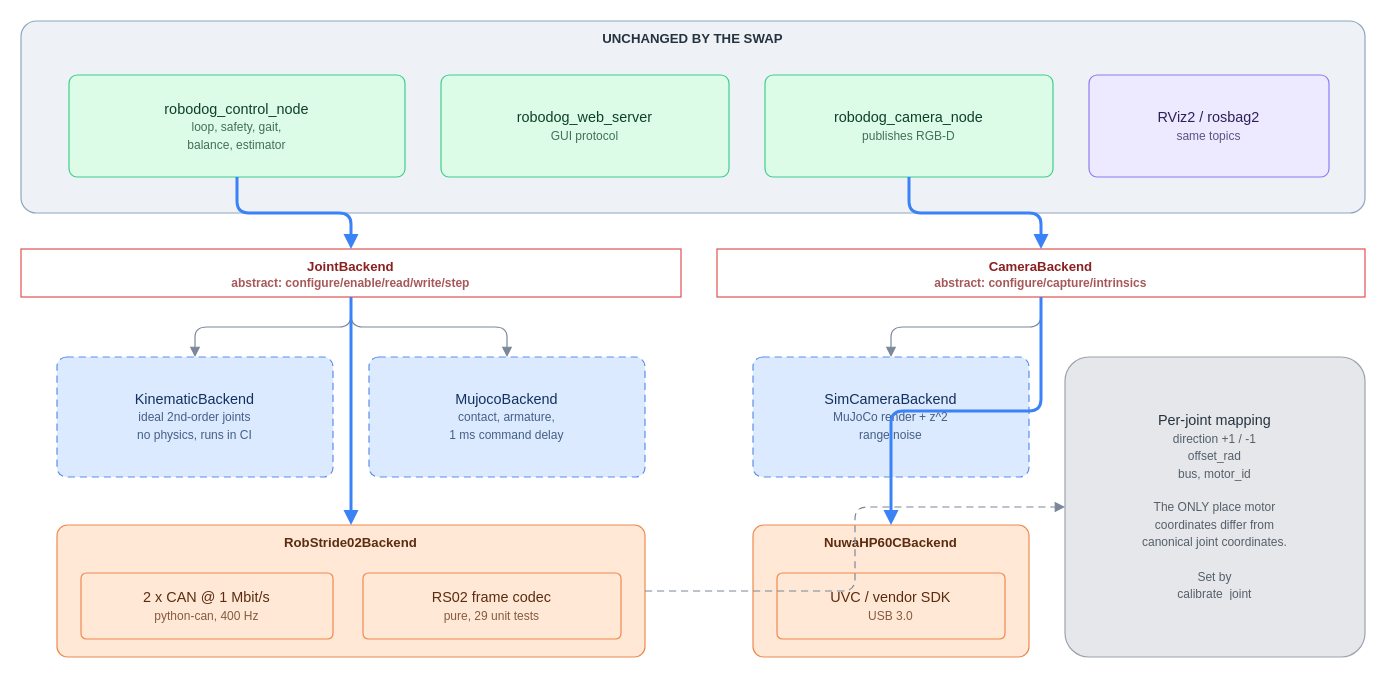
Earlier version of the draw.io diagram docs/diagrams/hardware_boundary.drawio (farouk15160/robodog). Source tidied: cells renumbered, new cells numbered last; positions are measured from the earlier drawing's top-left corner, leaving out a move shared by most shapes. Both pictures are drawn from the tidied source at 120%, with x=0, y=0 at pixel (20, 20).
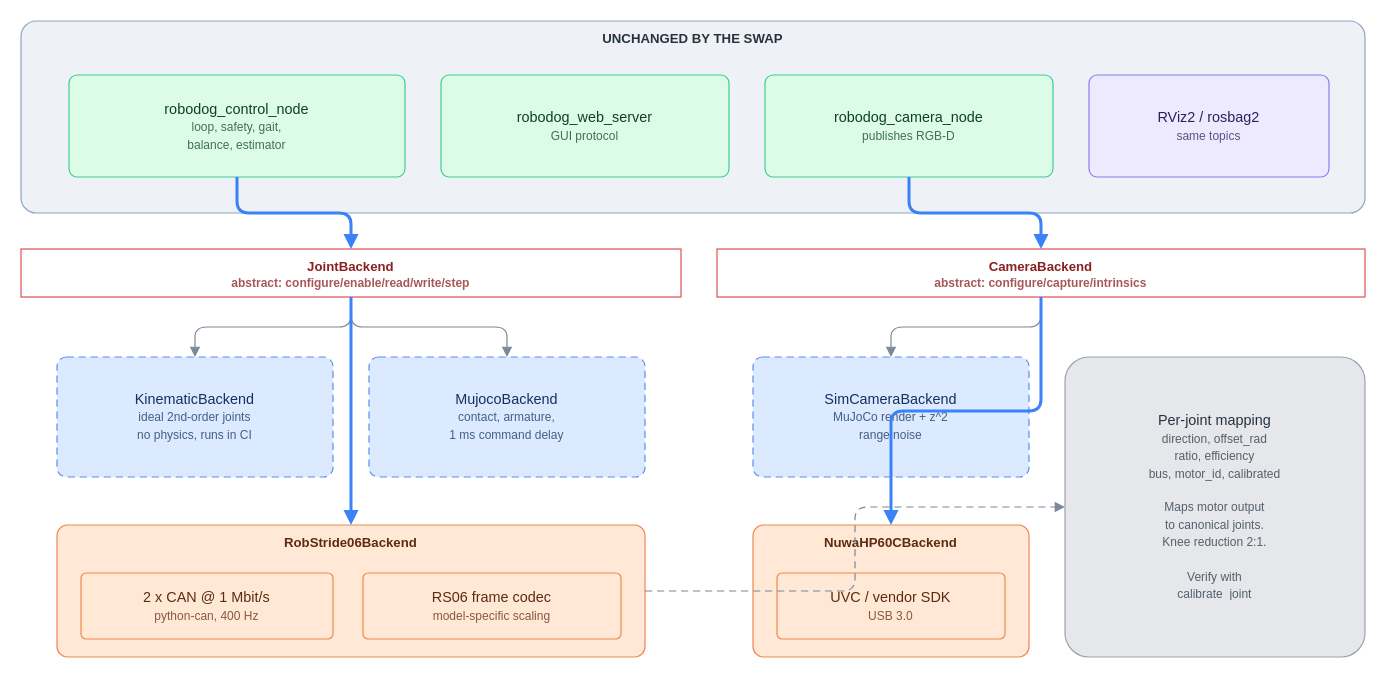
The same diagram, later.

Change to the diagram source:
```diff
@@
-    <mxCell id="12" value="RobStride02Backend" style="rounded=1;whiteSpace=wrap;html=1;fillColor=#ffe8d6;strokeColor=#f0894e;fontColor=#5c2c10;fontFamily=Helvetica;fontSize=12;arcSize=8;verticalAlign=middle;align=center;spacing=4;verticalAlign=top;fontStyle=1;fontSize=11;" parent="1" vertex="1">
+    <mxCell id="12" value="RobStride06Backend" style="rounded=1;whiteSpace=wrap;html=1;fillColor=#ffe8d6;strokeColor=#f0894e;fontColor=#5c2c10;fontFamily=Helvetica;fontSize=12;arcSize=8;verticalAlign=middle;align=center;spacing=4;verticalAlign=top;fontStyle=1;fontSize=11;" parent="1" vertex="1">
       <mxGeometry x="30" y="420" width="490" height="110" as="geometry" />
     </mxCell>
@@
-    <mxCell id="15" value="RS02 frame codec&lt;br/&gt;&lt;font style='font-size:10px;opacity:0.75'&gt;pure, 29 unit tests&lt;/font&gt;" style="rounded=1;whiteSpace=wrap;html=1;fillColor=#ffe8d6;strokeColor=#f0894e;fontColor=#5c2c10;fontFamily=Helvetica;fontSize=12;arcSize=8;verticalAlign=middle;align=center;spacing=4;" parent="1" vertex="1">
+    <mxCell id="15" value="RS06 frame codec&lt;br/&gt;&lt;font style='font-size:10px;opacity:0.75'&gt;model-specific scaling&lt;/font&gt;" style="rounded=1;whiteSpace=wrap;html=1;fillColor=#ffe8d6;strokeColor=#f0894e;fontColor=#5c2c10;fontFamily=Helvetica;fontSize=12;arcSize=8;verticalAlign=middle;align=center;spacing=4;" parent="1" vertex="1">
       <mxGeometry x="285" y="460" width="215" height="55" as="geometry" />
     </mxCell>
@@
-    <mxCell id="17" value="Per-joint mapping&lt;br/&gt;&lt;font style='font-size:10px;opacity:0.75'&gt;direction  +1 / -1&#10;offset_rad&#10;bus, motor_id&#10;&#10;The ONLY place motor&#10;coordinates differ from&#10;canonical joint coordinates.&#10;&#10;Set by&#10;calibrate_joint&lt;/font&gt;" style="rounded=1;whiteSpace=wrap;html=1;fillColor=#e5e7eb;strokeColor=#9ca3af;fontColor=#26333f;fontFamily=Helvetica;fontSize=12;arcSize=8;verticalAlign=middle;align=center;spacing=4;" parent="1" vertex="1">
+    <mxCell id="17" value="Per-joint mapping&lt;br/&gt;&lt;font style='font-size:10px;opacity:0.75'&gt;direction, offset_rad&#10;ratio, efficiency&#10;bus, motor_id, calibrated&#10;&#10;Maps motor output&#10;to canonical joints.&#10;Knee reduction 2:1.&#10;&#10;Verify with&#10;calibrate_joint&lt;/font&gt;" style="rounded=1;whiteSpace=wrap;html=1;fillColor=#e5e7eb;strokeColor=#9ca3af;fontColor=#26333f;fontFamily=Helvetica;fontSize=12;arcSize=8;verticalAlign=middle;align=center;spacing=4;" parent="1" vertex="1">
       <mxGeometry x="870" y="280" width="250" height="250" as="geometry" />
     </mxCell>
```
